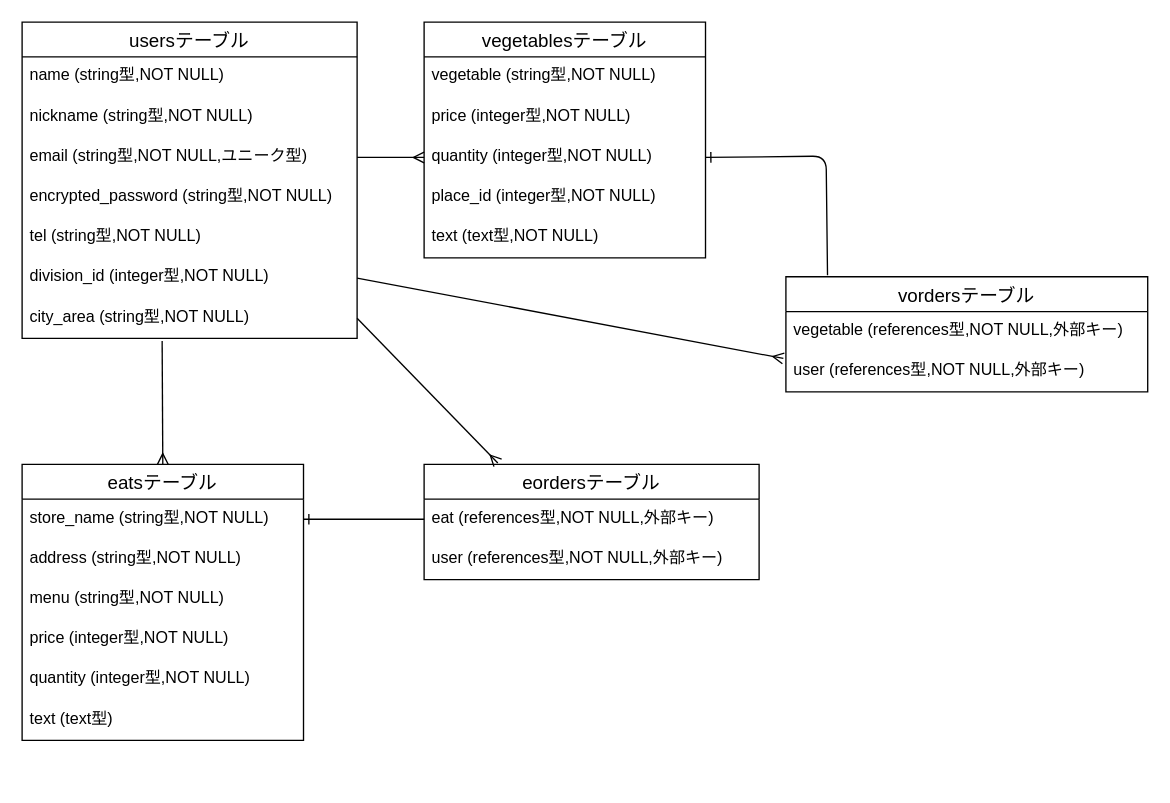
Above: er.dio in ayako913/marche (draw.io), before the change. Source tidied: cells renumbered, new cells numbered last; positions are measured from the earlier drawing's top-left corner, leaving out a move shared by most shapes. Both pictures are drawn from the tidied source at 134%, with x=0, y=0 at pixel (21, 21).
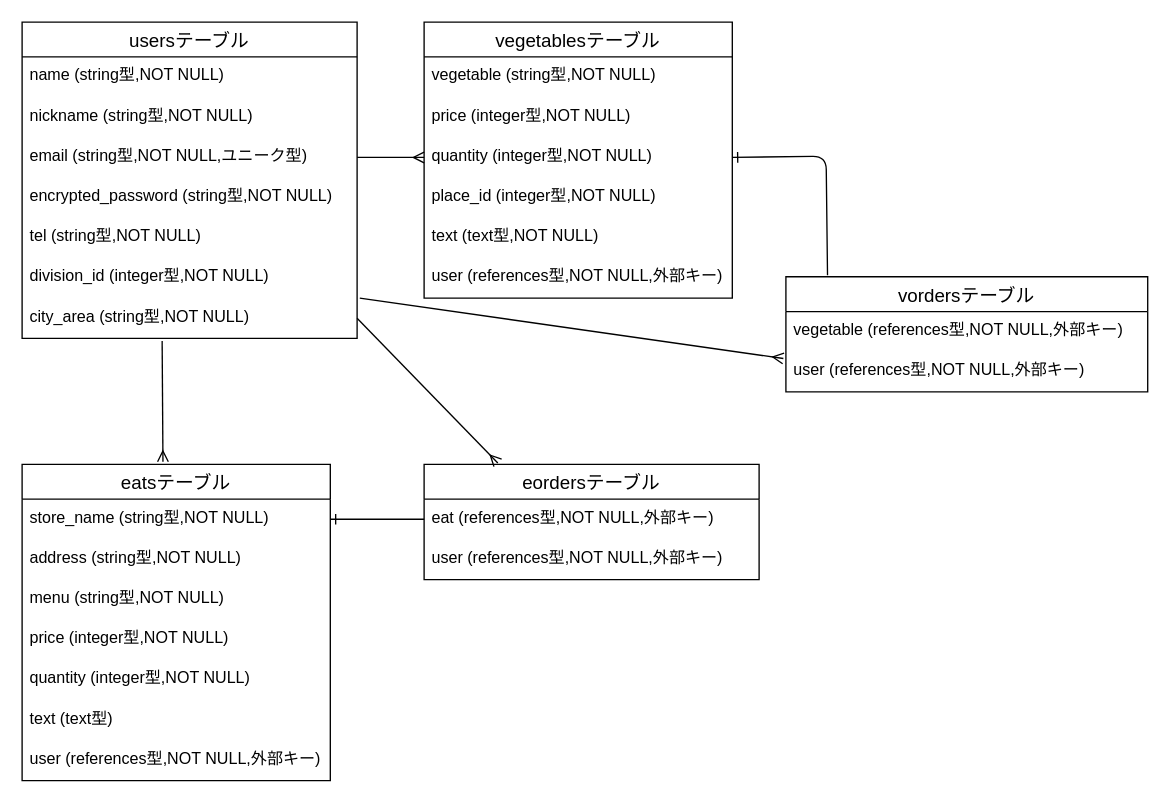
Above is the later version.

Commit message:
データベース設計修正

The change refers to these unchanged cells:
```xml
<mxCell id="8" value="division_id (integer型,NOT NULL)" style="text;strokeColor=none;fillColor=none;spacingLeft=4;spacingRight=4;overflow=hidden;points=[[0,0.5],[1,0.5]];portConstraint=eastwest;fontSize=12;" parent="2" vertex="1">
  <mxGeometry y="176" width="250" height="30" as="geometry" />
</mxCell>
<mxCell id="9" value="city_area (string型,NOT NULL)" style="text;strokeColor=none;fillColor=none;spacingLeft=4;spacingRight=4;overflow=hidden;points=[[0,0.5],[1,0.5]];portConstraint=eastwest;fontSize=12;" parent="2" vertex="1">
  <mxGeometry y="206" width="250" height="30" as="geometry" />
</mxCell>
<mxCell id="26" value="user (references型,NOT NULL,外部キー)" style="text;strokeColor=none;fillColor=none;spacingLeft=4;spacingRight=4;overflow=hidden;points=[[0,0.5],[1,0.5]];portConstraint=eastwest;fontSize=12;" parent="24" vertex="1">
  <mxGeometry y="56" width="270" height="30" as="geometry" />
</mxCell>
```

What changed in the source:
```diff
@@
     <mxCell id="10" value="vegetablesテーブル" style="swimlane;fontStyle=0;horizontal=1;startSize=26;align=center;fontSize=14;" parent="1" vertex="1">
-      <mxGeometry x="300" width="210" height="176" as="geometry" />
+      <mxGeometry x="300" width="230" height="206" as="geometry" />
     </mxCell>
     <mxCell id="11" value="vegetable (string型,NOT NULL)" style="text;strokeColor=none;fillColor=none;spacingLeft=4;spacingRight=4;overflow=hidden;fontSize=12;" parent="10" vertex="1">
-      <mxGeometry y="26" width="210" height="30" as="geometry" />
+      <mxGeometry y="26" width="230" height="30" as="geometry" />
     </mxCell>
     <mxCell id="12" value="price (integer型,NOT NULL)" style="text;strokeColor=none;fillColor=none;spacingLeft=4;spacingRight=4;overflow=hidden;fontSize=12;" parent="10" vertex="1">
-      <mxGeometry y="56" width="210" height="30" as="geometry" />
+      <mxGeometry y="56" width="230" height="30" as="geometry" />
     </mxCell>
     <mxCell id="13" value="quantity (integer型,NOT NULL)" style="text;strokeColor=none;fillColor=none;spacingLeft=4;spacingRight=4;overflow=hidden;points=[[0,0.5],[1,0.5]];portConstraint=eastwest;fontSize=12;" parent="10" vertex="1">
-      <mxGeometry y="86" width="210" height="30" as="geometry" />
+      <mxGeometry y="86" width="230" height="30" as="geometry" />
     </mxCell>
     <mxCell id="14" value="place_id (integer型,NOT NULL)" style="text;strokeColor=none;fillColor=none;spacingLeft=4;spacingRight=4;overflow=hidden;fontSize=12;" parent="10" vertex="1">
-      <mxGeometry y="116" width="210" height="30" as="geometry" />
+      <mxGeometry y="116" width="230" height="30" as="geometry" />
     </mxCell>
     <mxCell id="15" value="text (text型,NOT NULL)" style="text;strokeColor=none;fillColor=none;spacingLeft=4;spacingRight=4;overflow=hidden;fontSize=12;" parent="10" vertex="1">
-      <mxGeometry y="146" width="210" height="30" as="geometry" />
+      <mxGeometry y="146" width="230" height="30" as="geometry" />
     </mxCell>
+    <mxCell id="35" value="user (references型,NOT NULL,外部キー)" style="text;strokeColor=none;fillColor=none;spacingLeft=4;spacingRight=4;overflow=hidden;fontSize=12;" parent="10" vertex="1">
+      <mxGeometry y="176" width="230" height="30" as="geometry" />
+    </mxCell>
-    <mxCell id="16" style="edgeStyle=none;html=1;endArrow=ERmany;endFill=0;entryX=0.5;entryY=0;entryDx=0;entryDy=0;exitX=0.418;exitY=1.067;exitDx=0;exitDy=0;exitPerimeter=0;" parent="1" edge="1" source="9" target="17">
+    <mxCell id="16" style="edgeStyle=none;html=1;endArrow=ERmany;endFill=0;entryX=0.457;entryY=-0.008;entryDx=0;entryDy=0;exitX=0.418;exitY=1.067;exitDx=0;exitDy=0;exitPerimeter=0;entryPerimeter=0;" parent="1" edge="1" source="9" target="17">
       <mxGeometry relative="1" as="geometry" />
     </mxCell>
     <mxCell id="17" value="eatsテーブル" style="swimlane;fontStyle=0;horizontal=1;startSize=26;align=center;fontSize=14;" parent="1" vertex="1">
-      <mxGeometry y="330" width="210" height="206" as="geometry" />
+      <mxGeometry y="330" width="230" height="236" as="geometry" />
     </mxCell>
     <mxCell id="18" value="store_name (string型,NOT NULL)" style="text;strokeColor=none;fillColor=none;spacingLeft=4;spacingRight=4;overflow=hidden;points=[[0,0.5],[1,0.5]];portConstraint=eastwest;fontSize=12;" parent="17" vertex="1">
-      <mxGeometry y="26" width="210" height="30" as="geometry" />
+      <mxGeometry y="26" width="230" height="30" as="geometry" />
     </mxCell>
     <mxCell id="19" value="address (string型,NOT NULL)" style="text;strokeColor=none;fillColor=none;spacingLeft=4;spacingRight=4;overflow=hidden;fontSize=12;" parent="17" vertex="1">
-      <mxGeometry y="56" width="210" height="30" as="geometry" />
+      <mxGeometry y="56" width="230" height="30" as="geometry" />
     </mxCell>
     <mxCell id="20" value="menu (string型,NOT NULL)" style="text;strokeColor=none;fillColor=none;spacingLeft=4;spacingRight=4;overflow=hidden;fontSize=12;" parent="17" vertex="1">
-      <mxGeometry y="86" width="210" height="30" as="geometry" />
+      <mxGeometry y="86" width="230" height="30" as="geometry" />
     </mxCell>
     <mxCell id="21" value="price (integer型,NOT NULL)" style="text;strokeColor=none;fillColor=none;spacingLeft=4;spacingRight=4;overflow=hidden;fontSize=12;" parent="17" vertex="1">
-      <mxGeometry y="116" width="210" height="30" as="geometry" />
+      <mxGeometry y="116" width="230" height="30" as="geometry" />
     </mxCell>
     <mxCell id="22" value="quantity (integer型,NOT NULL)" style="text;strokeColor=none;fillColor=none;spacingLeft=4;spacingRight=4;overflow=hidden;fontSize=12;" parent="17" vertex="1">
-      <mxGeometry y="146" width="210" height="30" as="geometry" />
+      <mxGeometry y="146" width="230" height="30" as="geometry" />
     </mxCell>
     <mxCell id="23" value="text (text型)" style="text;strokeColor=none;fillColor=none;spacingLeft=4;spacingRight=4;overflow=hidden;fontSize=12;" parent="17" vertex="1">
-      <mxGeometry y="176" width="210" height="30" as="geometry" />
+      <mxGeometry y="176" width="230" height="30" as="geometry" />
     </mxCell>
+    <mxCell id="36" value="user (references型,NOT NULL,外部キー)" style="text;strokeColor=none;fillColor=none;spacingLeft=4;spacingRight=4;overflow=hidden;fontSize=12;" parent="17" vertex="1">
+      <mxGeometry y="206" width="230" height="30" as="geometry" />
+    </mxCell>
@@
-    <mxCell id="34" style="edgeStyle=none;html=1;exitX=1;exitY=0.5;exitDx=0;exitDy=0;endArrow=ERmany;endFill=0;entryX=-0.007;entryY=0.167;entryDx=0;entryDy=0;entryPerimeter=0;" parent="1" edge="1" source="8" target="26">
+    <mxCell id="34" style="edgeStyle=none;html=1;exitX=1.008;exitY=1;exitDx=0;exitDy=0;endArrow=ERmany;endFill=0;entryX=-0.007;entryY=0.167;entryDx=0;entryDy=0;entryPerimeter=0;exitPerimeter=0;" parent="1" edge="1" source="8" target="26">
       <mxGeometry relative="1" as="geometry" />
     </mxCell>
```
